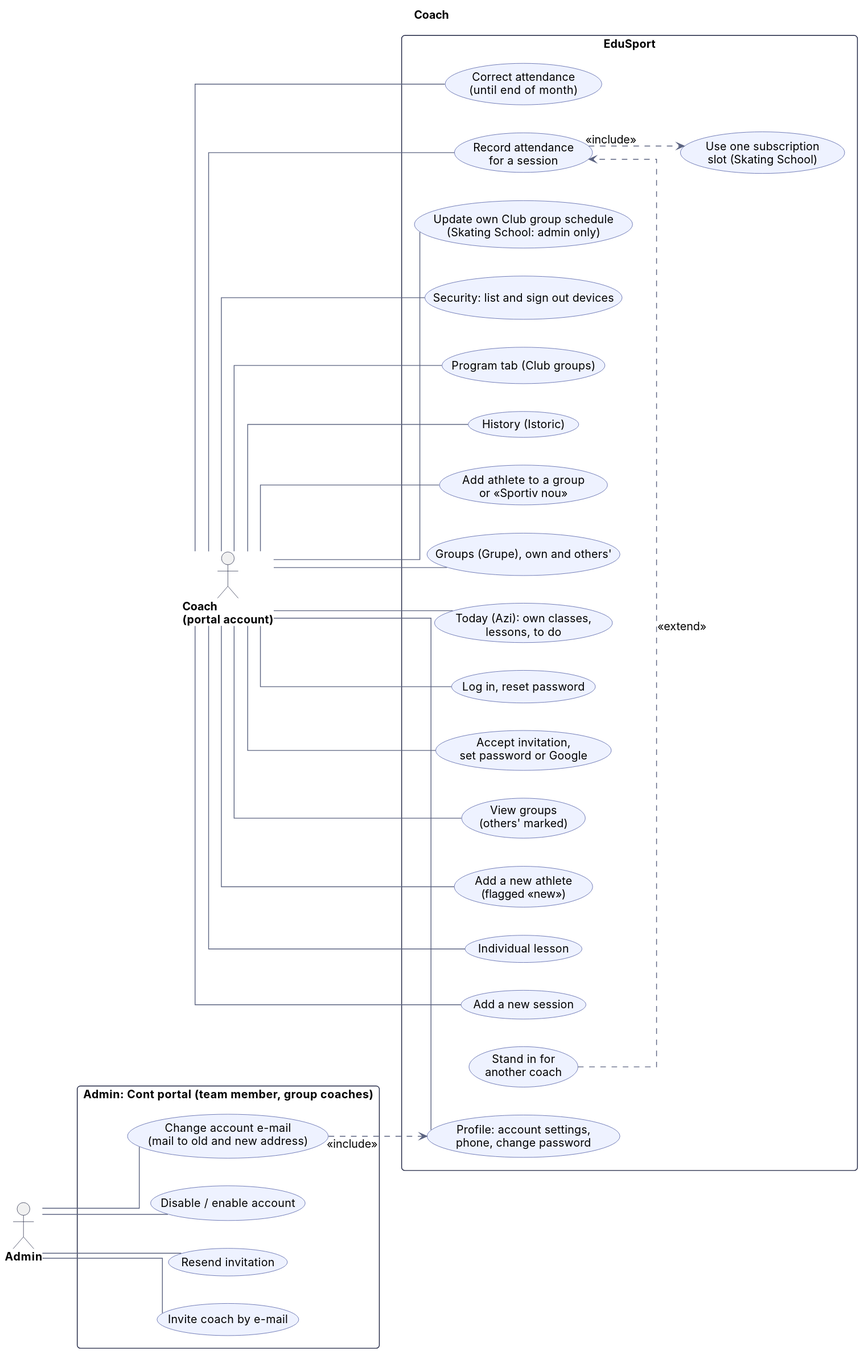
This is docs/architecture/diagrams/02c-use-cases-coach.svg from codrin-postu/edusport_backend, a PlantUML export, as it was before one commit.
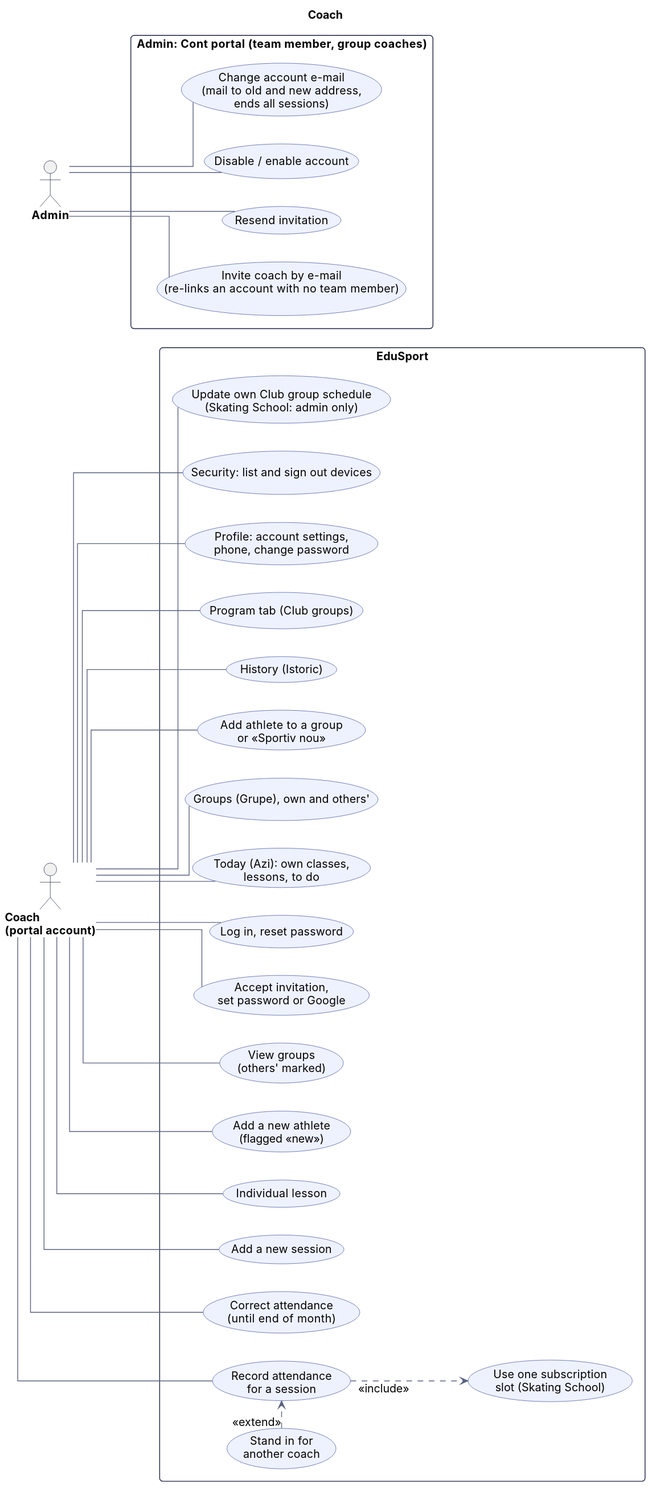
Later version of the same file.

The edit, as a diff of the source:
```diff
@@ -25,16 +25,15 @@
 }
 actor "Admin" as A
 rectangle "Admin: Cont portal (team member, group coaches)" {
-  usecase "Invite coach by e-mail" as AInv
+  usecase "Invite coach by e-mail\n(re-links an account with no team member)" as AInv
   usecase "Resend invitation" as ARes
   usecase "Disable / enable account" as ADis
-  usecase "Change account e-mail\n(mail to old and new address)" as AMail
+  usecase "Change account e-mail\n(mail to old and new address,\nends all sessions)" as AMail
 }
 A -- AInv
 A -- ARes
 A -- ADis
 A -- AMail
-AMail ..> Acc : <<include>>
 T -- See
 T -- Att
 T -- Fix
```
